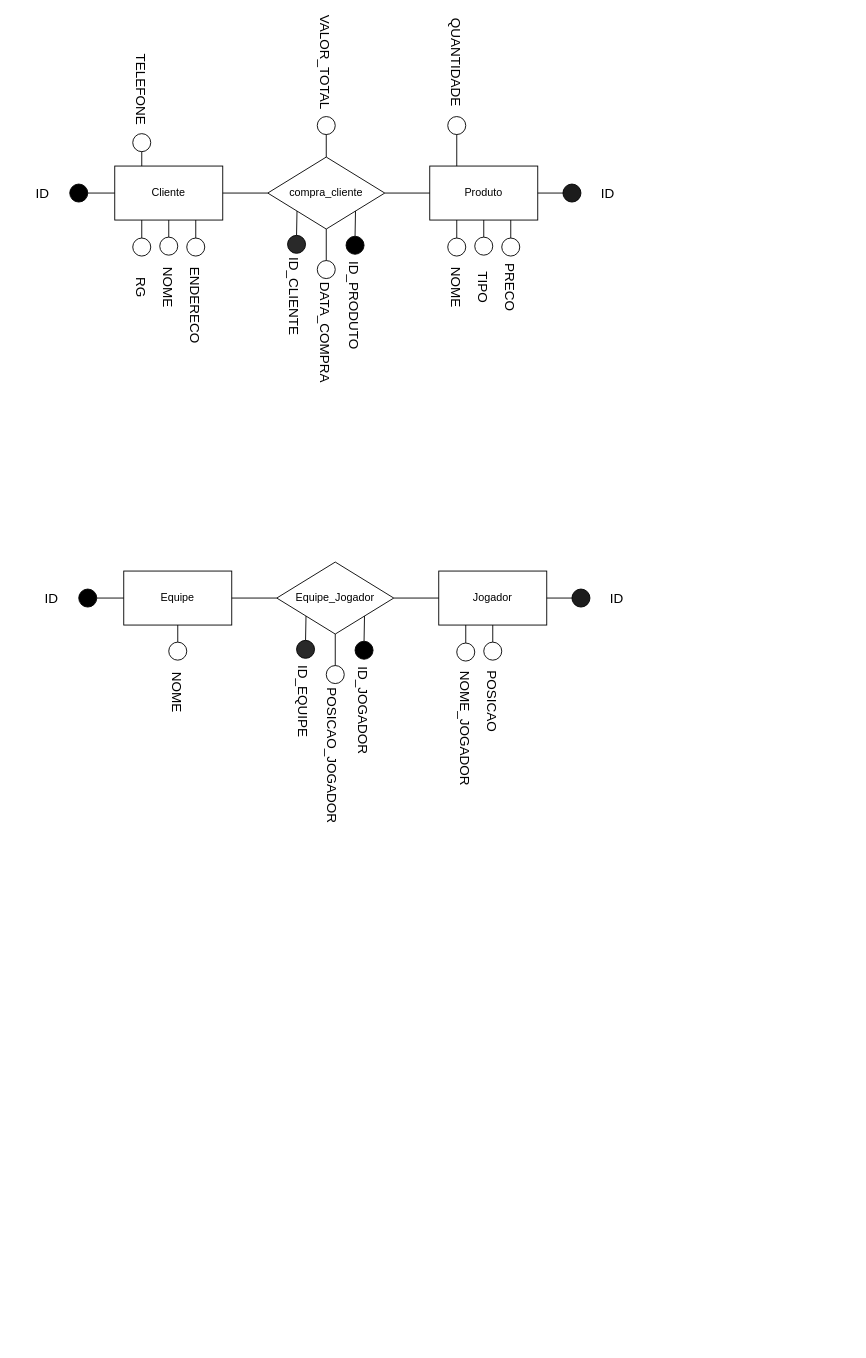
Earlier version of the draw.io diagram Diagrama sem nome.drawio (Thiago163/UML_DER_e_DIAGRAMAS). Source tidied: cells renumbered, new cells numbered last; positions are measured from the earlier drawing's top-left corner, leaving out a move shared by most shapes. Both pictures are drawn from the tidied source at 90%, with x=0, y=0 at pixel (15, 49).
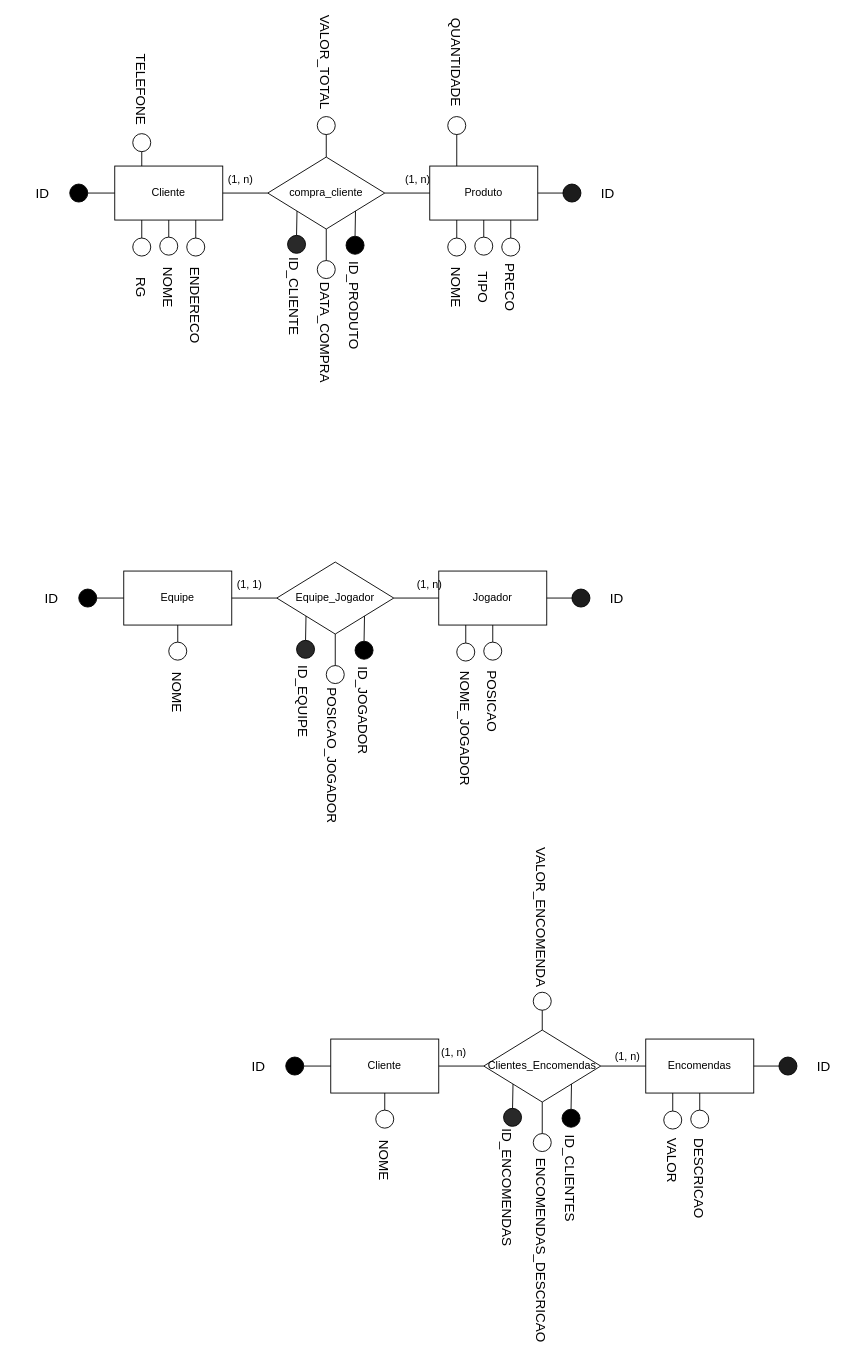
After the change.

Change to the diagram source:
```diff
@@
+    <mxCell id="78" value="Cliente" style="rounded=0;whiteSpace=wrap;html=1;" parent="1" vertex="1">
+      <mxGeometry x="350" y="1100" width="120" height="60" as="geometry" />
+    </mxCell>
+    <mxCell id="79" style="endArrow=none;html=1;rounded=0;entryX=0.5;entryY=1;entryDx=0;entryDy=0;exitX=0.5;exitY=0;exitDx=0;exitDy=0;" parent="1" edge="1" source="80" target="78">
+      <mxGeometry relative="1" as="geometry" />
+    </mxCell>
+    <mxCell id="80" style="ellipse;whiteSpace=wrap;html=1;" parent="1" vertex="1">
+      <mxGeometry x="400" y="1179" width="20" height="20" as="geometry" />
+    </mxCell>
+    <mxCell id="81" style="ellipse;whiteSpace=wrap;html=1;fillColor=#000000;" parent="1" vertex="1">
+      <mxGeometry x="300" y="1120" width="20" height="20" as="geometry" />
+    </mxCell>
+    <mxCell id="82" style="endArrow=none;html=1;rounded=0;entryX=1;entryY=0.5;entryDx=0;entryDy=0;exitX=0;exitY=0.5;exitDx=0;exitDy=0;" parent="1" edge="1" source="78" target="81">
+      <mxGeometry relative="1" as="geometry" />
+    </mxCell>
+    <mxCell id="83" value="Clientes_Encomendas" style="rhombus;whiteSpace=wrap;html=1;" parent="1" vertex="1">
+      <mxGeometry x="520" y="1090" width="130" height="80" as="geometry" />
+    </mxCell>
+    <mxCell id="84" style="ellipse;whiteSpace=wrap;html=1;fillColor=#292929;" parent="1" vertex="1">
+      <mxGeometry x="542" y="1177" width="20" height="20" as="geometry" />
+    </mxCell>
+    <mxCell id="85" style="endArrow=none;html=1;rounded=0;entryX=0;entryY=1;entryDx=0;entryDy=0;exitX=0.5;exitY=0;exitDx=0;exitDy=0;" parent="1" edge="1" source="84" target="83">
+      <mxGeometry relative="1" as="geometry" />
+    </mxCell>
+    <mxCell id="86" style="ellipse;whiteSpace=wrap;html=1;fillColor=#000000;" parent="1" vertex="1">
+      <mxGeometry x="607" y="1178" width="20" height="20" as="geometry" />
+    </mxCell>
+    <mxCell id="87" style="endArrow=none;html=1;rounded=0;exitX=0.5;exitY=0;exitDx=0;exitDy=0;entryX=1;entryY=1;entryDx=0;entryDy=0;" parent="1" edge="1" source="86" target="83">
+      <mxGeometry relative="1" as="geometry" />
+    </mxCell>
+    <mxCell id="88" value="Encomendas" style="rounded=0;whiteSpace=wrap;html=1;" parent="1" vertex="1">
+      <mxGeometry x="700" y="1100" width="120" height="60" as="geometry" />
+    </mxCell>
+    <mxCell id="89" style="endArrow=none;html=1;rounded=0;entryX=0.25;entryY=1;entryDx=0;entryDy=0;exitX=0.5;exitY=0;exitDx=0;exitDy=0;" parent="1" edge="1" source="92" target="88">
+      <mxGeometry relative="1" as="geometry" />
+    </mxCell>
+    <mxCell id="90" style="endArrow=none;html=1;rounded=0;entryX=0.5;entryY=1;entryDx=0;entryDy=0;exitX=0.5;exitY=0;exitDx=0;exitDy=0;" parent="1" edge="1" source="91" target="88">
+      <mxGeometry relative="1" as="geometry" />
+    </mxCell>
+    <mxCell id="91" style="ellipse;whiteSpace=wrap;html=1;" parent="1" vertex="1">
+      <mxGeometry x="750" y="1179" width="20" height="20" as="geometry" />
+    </mxCell>
+    <mxCell id="92" style="ellipse;whiteSpace=wrap;html=1;" parent="1" vertex="1">
+      <mxGeometry x="720" y="1180" width="20" height="20" as="geometry" />
+    </mxCell>
+    <mxCell id="93" style="ellipse;whiteSpace=wrap;html=1;fillColor=#1C1C1C;" parent="1" vertex="1">
+      <mxGeometry x="848" y="1120" width="20" height="20" as="geometry" />
+    </mxCell>
+    <mxCell id="94" style="endArrow=none;html=1;rounded=0;entryX=0;entryY=0.5;entryDx=0;entryDy=0;exitX=1;exitY=0.5;exitDx=0;exitDy=0;" parent="1" edge="1" source="88" target="93">
+      <mxGeometry relative="1" as="geometry" />
+    </mxCell>
+    <mxCell id="95" style="endArrow=none;html=1;rounded=0;exitX=1;exitY=0.5;exitDx=0;exitDy=0;entryX=0;entryY=0.5;entryDx=0;entryDy=0;" parent="1" edge="1" source="78" target="83">
+      <mxGeometry relative="1" as="geometry" />
+    </mxCell>
+    <mxCell id="96" style="endArrow=none;html=1;rounded=0;exitX=1;exitY=0.5;exitDx=0;exitDy=0;entryX=0;entryY=0.5;entryDx=0;entryDy=0;" parent="1" edge="1" source="83" target="88">
+      <mxGeometry relative="1" as="geometry" />
+    </mxCell>
+    <mxCell id="97" value="&lt;font style=&quot;font-size: 15px;&quot;&gt;ID&lt;/font&gt;" style="text;html=1;strokeColor=none;fillColor=none;align=center;verticalAlign=middle;whiteSpace=wrap;rounded=0;" parent="1" vertex="1">
+      <mxGeometry x="240" y="1115" width="60" height="30" as="geometry" />
+    </mxCell>
+    <mxCell id="98" value="&lt;font style=&quot;font-size: 15px;&quot;&gt;ID&lt;/font&gt;" style="text;html=1;strokeColor=none;fillColor=none;align=center;verticalAlign=middle;whiteSpace=wrap;rounded=0;" parent="1" vertex="1">
+      <mxGeometry x="868" y="1115" width="60" height="30" as="geometry" />
+    </mxCell>
+    <mxCell id="99" value="&lt;span style=&quot;font-size: 15px;&quot;&gt;NOME&lt;/span&gt;" style="text;html=1;strokeColor=none;fillColor=none;align=center;verticalAlign=middle;whiteSpace=wrap;rounded=0;rotation=90;" parent="1" vertex="1">
+      <mxGeometry x="380" y="1220" width="60" height="30" as="geometry" />
+    </mxCell>
+    <mxCell id="100" style="ellipse;whiteSpace=wrap;html=1;" parent="1" vertex="1">
+      <mxGeometry x="575" y="1205" width="20" height="20" as="geometry" />
+    </mxCell>
+    <mxCell id="101" style="endArrow=none;html=1;rounded=0;entryX=0.5;entryY=1;entryDx=0;entryDy=0;exitX=0.5;exitY=0;exitDx=0;exitDy=0;" parent="1" edge="1" source="100" target="83">
+      <mxGeometry relative="1" as="geometry" />
+    </mxCell>
+    <mxCell id="102" value="&lt;span style=&quot;font-size: 15px;&quot;&gt;ID_ENCOMENDAS&lt;/span&gt;" style="text;html=1;strokeColor=none;fillColor=none;align=center;verticalAlign=middle;whiteSpace=wrap;rounded=0;rotation=90;" parent="1" vertex="1">
+      <mxGeometry x="517" y="1250" width="60" height="30" as="geometry" />
+    </mxCell>
+    <mxCell id="103" value="&lt;span style=&quot;font-size: 15px;&quot;&gt;ID_CLIENTES&lt;/span&gt;" style="text;html=1;strokeColor=none;fillColor=none;align=center;verticalAlign=middle;whiteSpace=wrap;rounded=0;rotation=90;" parent="1" vertex="1">
+      <mxGeometry x="587" y="1240" width="60" height="30" as="geometry" />
+    </mxCell>
+    <mxCell id="104" value="&lt;span style=&quot;font-size: 15px;&quot;&gt;ENCOMENDAS_DESCRICAO&lt;/span&gt;" style="text;html=1;strokeColor=none;fillColor=none;align=center;verticalAlign=middle;whiteSpace=wrap;rounded=0;rotation=90;" parent="1" vertex="1">
+      <mxGeometry x="560" y="1320" width="50" height="30" as="geometry" />
+    </mxCell>
+    <mxCell id="105" value="&lt;span style=&quot;font-size: 15px;&quot;&gt;VALOR&lt;/span&gt;" style="text;html=1;strokeColor=none;fillColor=none;align=center;verticalAlign=middle;whiteSpace=wrap;rounded=0;rotation=90;" parent="1" vertex="1">
+      <mxGeometry x="700" y="1220" width="60" height="30" as="geometry" />
+    </mxCell>
+    <mxCell id="106" value="&lt;span style=&quot;font-size: 15px;&quot;&gt;DESCRICAO&lt;/span&gt;" style="text;html=1;strokeColor=none;fillColor=none;align=center;verticalAlign=middle;whiteSpace=wrap;rounded=0;rotation=90;" parent="1" vertex="1">
+      <mxGeometry x="730" y="1240" width="60" height="30" as="geometry" />
+    </mxCell>
+    <mxCell id="107" style="ellipse;whiteSpace=wrap;html=1;" parent="1" vertex="1">
+      <mxGeometry x="575" y="1048" width="20" height="20" as="geometry" />
+    </mxCell>
+    <mxCell id="108" style="endArrow=none;html=1;rounded=0;entryX=0.5;entryY=1;entryDx=0;entryDy=0;exitX=0.5;exitY=0;exitDx=0;exitDy=0;" parent="1" edge="1" source="83" target="107">
+      <mxGeometry relative="1" as="geometry" />
+    </mxCell>
+    <mxCell id="109" value="&lt;span style=&quot;font-size: 15px;&quot;&gt;VALOR_ENCOMENDA&lt;/span&gt;" style="text;html=1;strokeColor=none;fillColor=none;align=center;verticalAlign=middle;whiteSpace=wrap;rounded=0;rotation=90;" parent="1" vertex="1">
+      <mxGeometry x="555" y="950" width="60" height="30" as="geometry" />
+    </mxCell>
+    <mxCell id="110" value="(1, n)" style="text;html=1;strokeColor=none;fillColor=none;align=center;verticalAlign=middle;whiteSpace=wrap;rounded=0;" parent="1" vertex="1">
+      <mxGeometry x="220" y="130" width="60" height="30" as="geometry" />
+    </mxCell>
+    <mxCell id="111" value="(1, n)" style="text;html=1;strokeColor=none;fillColor=none;align=center;verticalAlign=middle;whiteSpace=wrap;rounded=0;" parent="1" vertex="1">
+      <mxGeometry x="417" y="130" width="60" height="30" as="geometry" />
+    </mxCell>
+    <mxCell id="112" value="(1, n)" style="text;html=1;strokeColor=none;fillColor=none;align=center;verticalAlign=middle;whiteSpace=wrap;rounded=0;" parent="1" vertex="1">
+      <mxGeometry x="430" y="580" width="60" height="30" as="geometry" />
+    </mxCell>
+    <mxCell id="113" value="(1, 1)" style="text;html=1;strokeColor=none;fillColor=none;align=center;verticalAlign=middle;whiteSpace=wrap;rounded=0;" parent="1" vertex="1">
+      <mxGeometry x="230" y="580" width="60" height="30" as="geometry" />
+    </mxCell>
+    <mxCell id="114" value="(1, n)" style="text;html=1;strokeColor=none;fillColor=none;align=center;verticalAlign=middle;whiteSpace=wrap;rounded=0;" parent="1" vertex="1">
+      <mxGeometry x="457" y="1100" width="60" height="30" as="geometry" />
+    </mxCell>
+    <mxCell id="115" value="(1, n)" style="text;html=1;strokeColor=none;fillColor=none;align=center;verticalAlign=middle;whiteSpace=wrap;rounded=0;" parent="1" vertex="1">
+      <mxGeometry x="650" y="1105" width="60" height="30" as="geometry" />
+    </mxCell>
```
